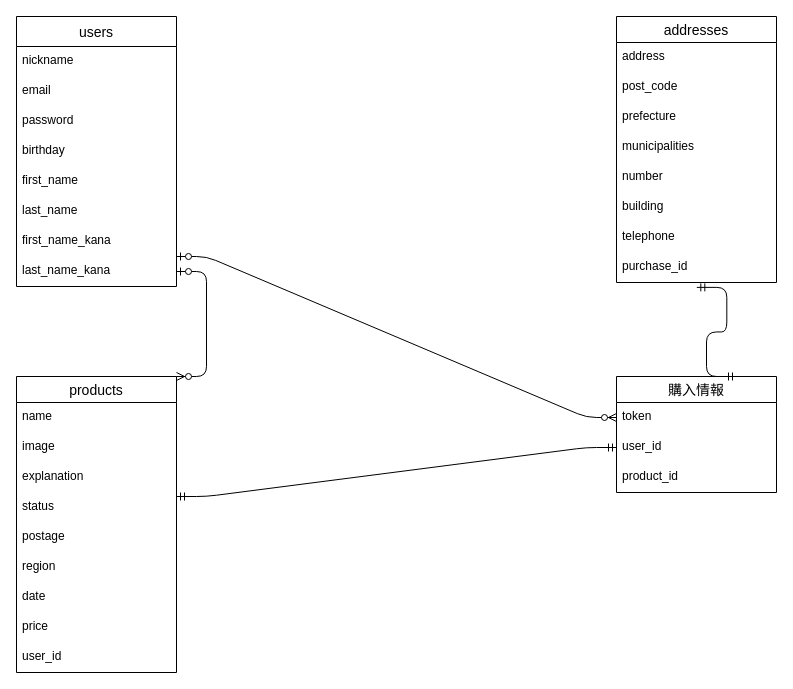
This is furima-39237.dio from yukun1120/furima-39237, a draw.io file, before an edit. Source tidied: cells renumbered, new cells numbered last; positions are measured from the earlier drawing's top-left corner, leaving out a move shared by most shapes. Both pictures are drawn from the tidied source at 100%, with x=0, y=0 at pixel (16, 16).
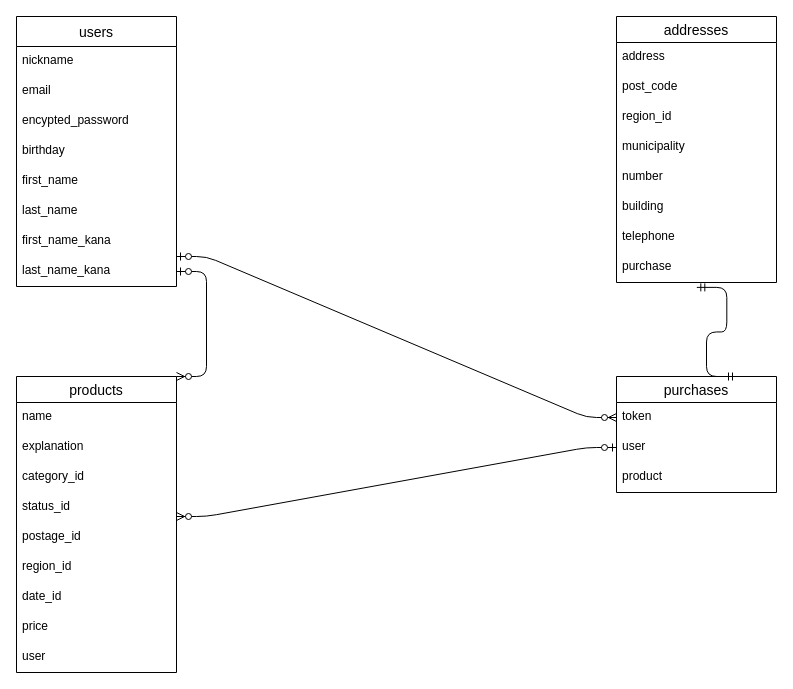
Above is the later version.

Commit message (it also covers changes not shown here):
データベース設計3

The change refers to these unchanged cells:
```xml
<mxCell id="2" value="users" style="swimlane;fontStyle=0;horizontal=1;startSize=30;align=center;fontSize=14;" parent="1" vertex="1">
  <mxGeometry width="160" height="270" as="geometry" />
</mxCell>
<mxCell id="11" value="products" style="swimlane;fontStyle=0;horizontal=1;startSize=26;align=center;fontSize=14;" parent="1" vertex="1">
  <mxGeometry y="360" width="160" height="296" as="geometry" />
</mxCell>
<mxCell id="21" value="addresses" style="swimlane;fontStyle=0;horizontal=1;startSize=26;align=center;fontSize=14;" parent="1" vertex="1">
  <mxGeometry x="600" width="160" height="266" as="geometry" />
</mxCell>
```

Change to the diagram source:
```diff
@@
-    <mxCell id="5" value="password" style="text;strokeColor=none;fillColor=none;spacingLeft=4;spacingRight=4;overflow=hidden;fontSize=12;" parent="2" vertex="1">
+    <mxCell id="5" value="encypted_password" style="text;strokeColor=none;fillColor=none;spacingLeft=4;spacingRight=4;overflow=hidden;fontSize=12;" parent="2" vertex="1">
       <mxGeometry y="90" width="160" height="30" as="geometry" />
     </mxCell>
@@
-    <mxCell id="13" value="image" style="text;strokeColor=none;fillColor=none;spacingLeft=4;spacingRight=4;overflow=hidden;fontSize=12;" parent="11" vertex="1">
-      <mxGeometry y="56" width="160" height="30" as="geometry" />
-    </mxCell>
     <mxCell id="14" value="explanation" style="text;strokeColor=none;fillColor=none;spacingLeft=4;spacingRight=4;overflow=hidden;fontSize=12;" parent="11" vertex="1">
-      <mxGeometry y="86" width="160" height="30" as="geometry" />
+      <mxGeometry y="56" width="160" height="30" as="geometry" />
     </mxCell>
+    <mxCell id="38" value="category_id" style="text;strokeColor=none;fillColor=none;spacingLeft=4;spacingRight=4;overflow=hidden;fontSize=12;" parent="11" vertex="1">
+      <mxGeometry y="86" width="160" height="30" as="geometry" />
+    </mxCell>
-    <mxCell id="15" value="status" style="text;strokeColor=none;fillColor=none;spacingLeft=4;spacingRight=4;overflow=hidden;fontSize=12;" parent="11" vertex="1">
+    <mxCell id="15" value="status_id" style="text;strokeColor=none;fillColor=none;spacingLeft=4;spacingRight=4;overflow=hidden;fontSize=12;" parent="11" vertex="1">
       <mxGeometry y="116" width="160" height="30" as="geometry" />
     </mxCell>
-    <mxCell id="16" value="postage" style="text;strokeColor=none;fillColor=none;spacingLeft=4;spacingRight=4;overflow=hidden;points=[[0,0.5],[1,0.5]];portConstraint=eastwest;fontSize=12;" parent="11" vertex="1">
+    <mxCell id="16" value="postage_id" style="text;strokeColor=none;fillColor=none;spacingLeft=4;spacingRight=4;overflow=hidden;points=[[0,0.5],[1,0.5]];portConstraint=eastwest;fontSize=12;" parent="11" vertex="1">
       <mxGeometry y="146" width="160" height="30" as="geometry" />
     </mxCell>
-    <mxCell id="17" value="region" style="text;strokeColor=none;fillColor=none;spacingLeft=4;spacingRight=4;overflow=hidden;fontSize=12;" parent="11" vertex="1">
+    <mxCell id="17" value="region_id" style="text;strokeColor=none;fillColor=none;spacingLeft=4;spacingRight=4;overflow=hidden;fontSize=12;" parent="11" vertex="1">
       <mxGeometry y="176" width="160" height="30" as="geometry" />
     </mxCell>
-    <mxCell id="18" value="date" style="text;strokeColor=none;fillColor=none;spacingLeft=4;spacingRight=4;overflow=hidden;fontSize=12;" parent="11" vertex="1">
+    <mxCell id="18" value="date_id" style="text;strokeColor=none;fillColor=none;spacingLeft=4;spacingRight=4;overflow=hidden;fontSize=12;" parent="11" vertex="1">
       <mxGeometry y="206" width="160" height="30" as="geometry" />
     </mxCell>
@@
-    <mxCell id="20" value="user_id" style="text;strokeColor=none;fillColor=none;spacingLeft=4;spacingRight=4;overflow=hidden;fontSize=12;" parent="11" vertex="1">
+    <mxCell id="20" value="user" style="text;strokeColor=none;fillColor=none;spacingLeft=4;spacingRight=4;overflow=hidden;fontSize=12;" parent="11" vertex="1">
       <mxGeometry y="266" width="160" height="30" as="geometry" />
     </mxCell>
@@
-    <mxCell id="24" value="prefecture" style="text;strokeColor=none;fillColor=none;spacingLeft=4;spacingRight=4;overflow=hidden;fontSize=12;" parent="21" vertex="1">
+    <mxCell id="24" value="region_id" style="text;strokeColor=none;fillColor=none;spacingLeft=4;spacingRight=4;overflow=hidden;fontSize=12;" parent="21" vertex="1">
       <mxGeometry y="86" width="160" height="30" as="geometry" />
     </mxCell>
-    <mxCell id="25" value="municipalities" style="text;strokeColor=none;fillColor=none;spacingLeft=4;spacingRight=4;overflow=hidden;fontSize=12;" parent="21" vertex="1">
+    <mxCell id="25" value="municipality" style="text;strokeColor=none;fillColor=none;spacingLeft=4;spacingRight=4;overflow=hidden;fontSize=12;" parent="21" vertex="1">
       <mxGeometry y="116" width="160" height="30" as="geometry" />
     </mxCell>
@@
-    <mxCell id="29" value="purchase_id" style="text;strokeColor=none;fillColor=none;spacingLeft=4;spacingRight=4;overflow=hidden;points=[[0,0.5],[1,0.5]];portConstraint=eastwest;fontSize=12;" parent="21" vertex="1">
+    <mxCell id="29" value="purchase" style="text;strokeColor=none;fillColor=none;spacingLeft=4;spacingRight=4;overflow=hidden;points=[[0,0.5],[1,0.5]];portConstraint=eastwest;fontSize=12;" parent="21" vertex="1">
       <mxGeometry y="236" width="160" height="30" as="geometry" />
     </mxCell>
-    <mxCell id="30" value="購入情報" style="swimlane;fontStyle=0;horizontal=1;startSize=26;align=center;fontSize=14;" parent="1" vertex="1">
+    <mxCell id="30" value="purchases" style="swimlane;fontStyle=0;horizontal=1;startSize=26;align=center;fontSize=14;" parent="1" vertex="1">
       <mxGeometry x="600" y="360" width="160" height="116" as="geometry" />
     </mxCell>
@@
-    <mxCell id="32" value="user_id" style="text;strokeColor=none;fillColor=none;spacingLeft=4;spacingRight=4;overflow=hidden;points=[[0,0.5],[1,0.5]];portConstraint=eastwest;fontSize=12;" parent="30" vertex="1">
+    <mxCell id="32" value="user" style="text;strokeColor=none;fillColor=none;spacingLeft=4;spacingRight=4;overflow=hidden;points=[[0,0.5],[1,0.5]];portConstraint=eastwest;fontSize=12;" parent="30" vertex="1">
       <mxGeometry y="56" width="160" height="30" as="geometry" />
     </mxCell>
-    <mxCell id="33" value="product_id" style="text;strokeColor=none;fillColor=none;spacingLeft=4;spacingRight=4;overflow=hidden;fontSize=12;" parent="30" vertex="1">
+    <mxCell id="33" value="product" style="text;strokeColor=none;fillColor=none;spacingLeft=4;spacingRight=4;overflow=hidden;fontSize=12;" parent="30" vertex="1">
       <mxGeometry y="86" width="160" height="30" as="geometry" />
     </mxCell>
@@
-    <mxCell id="36" style="edgeStyle=entityRelationEdgeStyle;fontSize=12;html=1;endArrow=ERmandOne;startArrow=ERmandOne;entryX=0;entryY=0.5;entryDx=0;entryDy=0;" parent="1" edge="1" target="32">
-      <mxGeometry relative="1" as="geometry">
-        <mxPoint x="160" y="480" as="sourcePoint" />
-      </mxGeometry>
-    </mxCell>
@@
+    <mxCell id="39" style="edgeStyle=entityRelationEdgeStyle;fontSize=12;html=1;endArrow=ERzeroToMany;startArrow=ERzeroToOne;entryX=1;entryY=-0.2;entryDx=0;entryDy=0;entryPerimeter=0;exitX=0;exitY=0.5;exitDx=0;exitDy=0;" parent="1" edge="1" source="32" target="16">
+      <mxGeometry relative="1" as="geometry" />
+    </mxCell>
```
